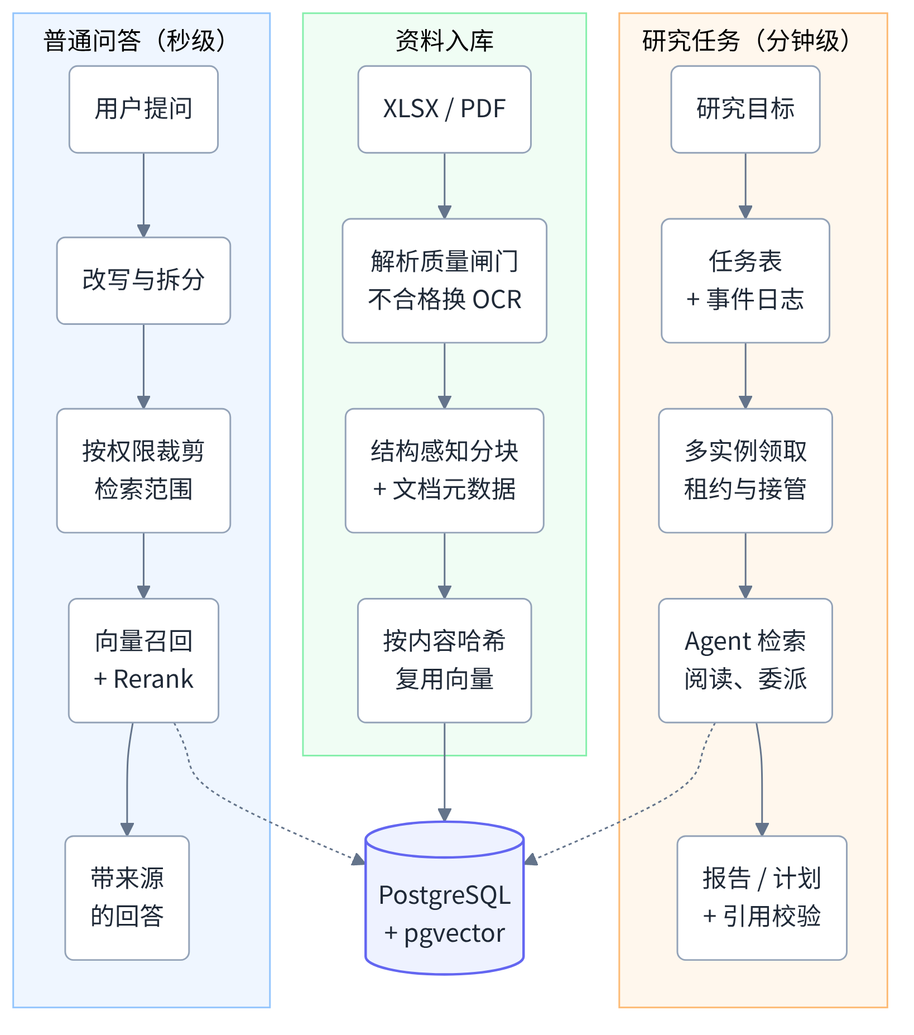
This is docs/iron-ore-rag/images/overview.png from qiyu-lu/ragent, a Mermaid export, as it was before one commit. Its source is kept beside it as docs/iron-ore-rag/images/overview.mmd.
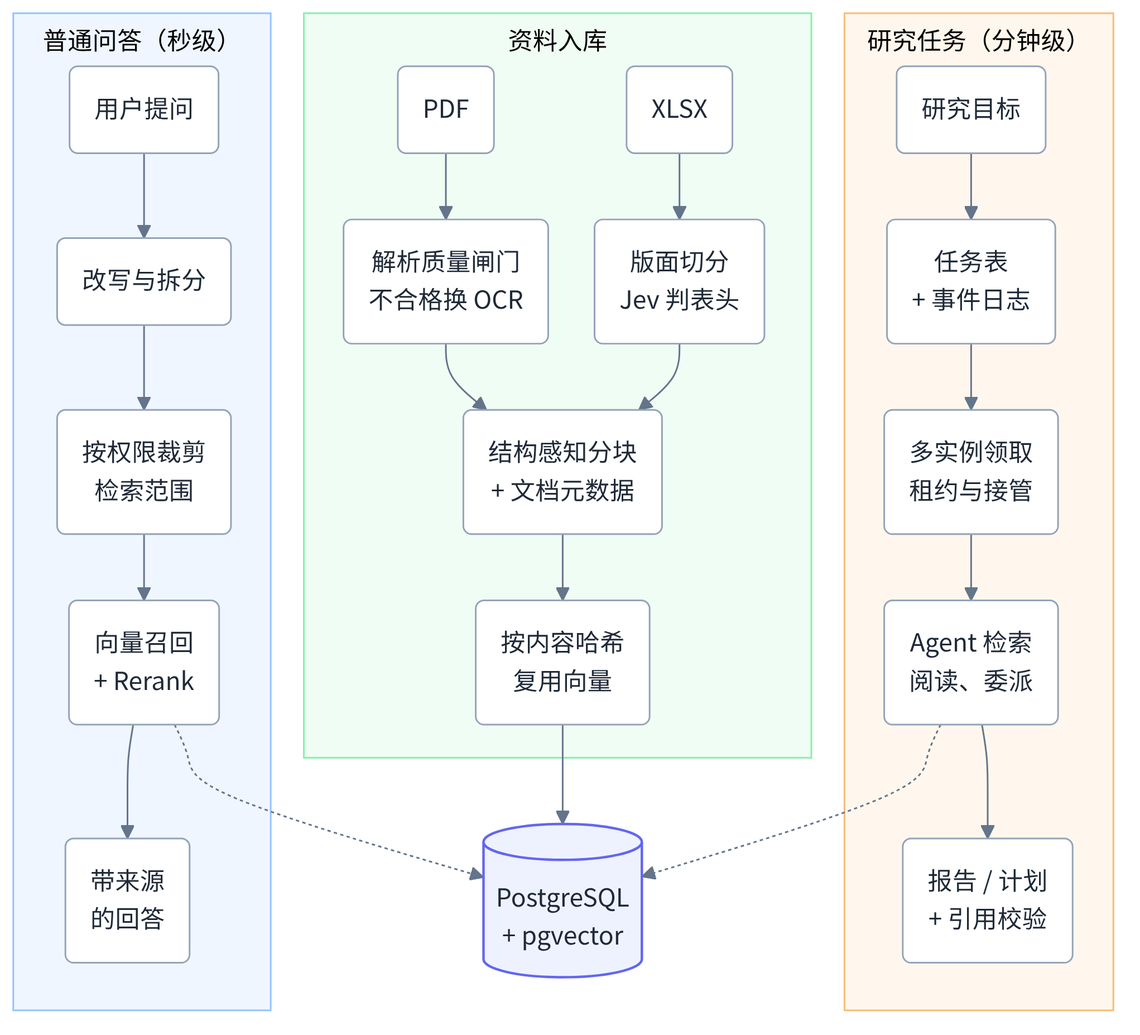
After the change.

Commit message:
docs(readme): Jev header judging, split ingestion lane in the overview

The edit, as a diff of the source:
```diff
@@ -7,8 +7,10 @@
         S --> G("报告 / 计划<br/>+ 引用校验")
     end
     subgraph ING ["资料入库"]
-        A("XLSX / PDF") --> QG("解析质量闸门<br/>不合格换 OCR")
+        A("PDF") --> QG("解析质量闸门<br/>不合格换 OCR")
+        X("XLSX") --> L("版面切分<br/>Jev 判表头")
         QG --> B("结构感知分块<br/>+ 文档元数据")
+        L --> B
         B --> V("按内容哈希<br/>复用向量")
     end
     subgraph QA ["普通问答（秒级）"]
```
